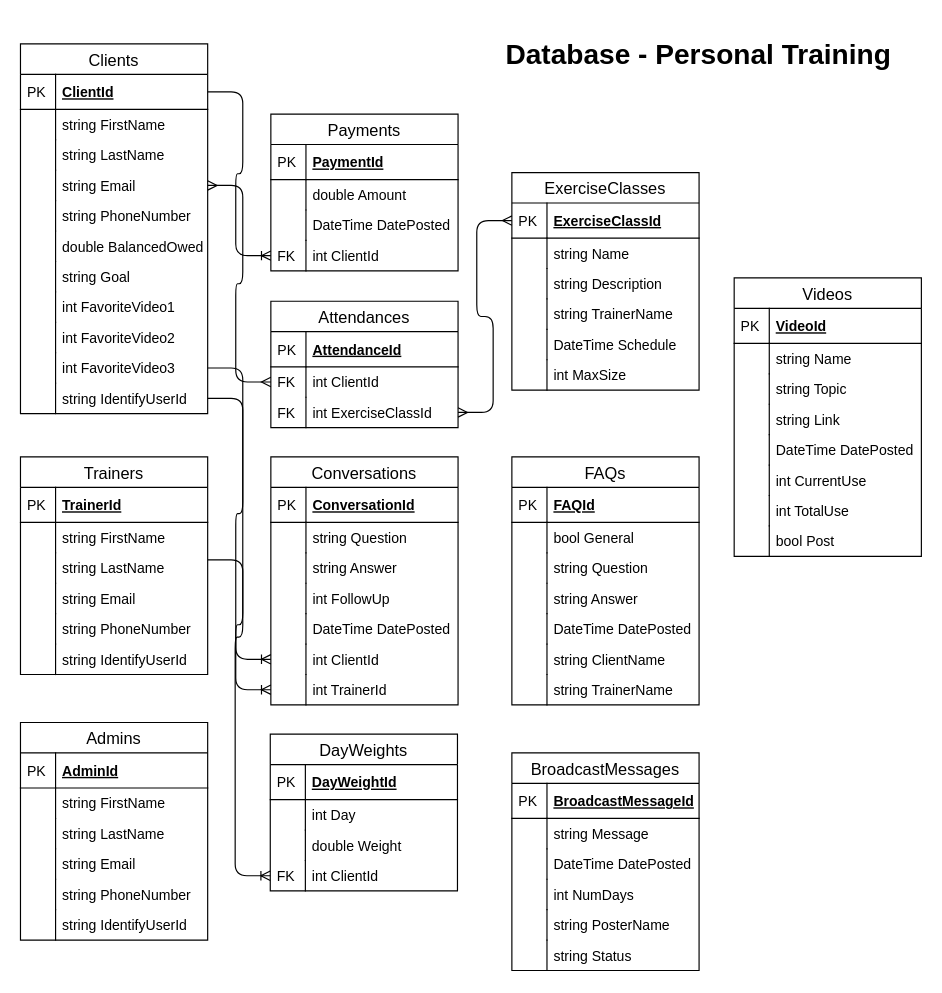
Before: page "Database" (2 of 2) of Documentation/EntityRelationshipDiagram.drawio in Randall-Gray/PersonalTraining, a draw.io diagram. Source tidied: cells renumbered, new cells numbered last; positions are measured from the earlier drawing's top-left corner, leaving out a move shared by most shapes. Both pictures are drawn from the tidied source at 117%, with x=0, y=0 at pixel (20, 32).
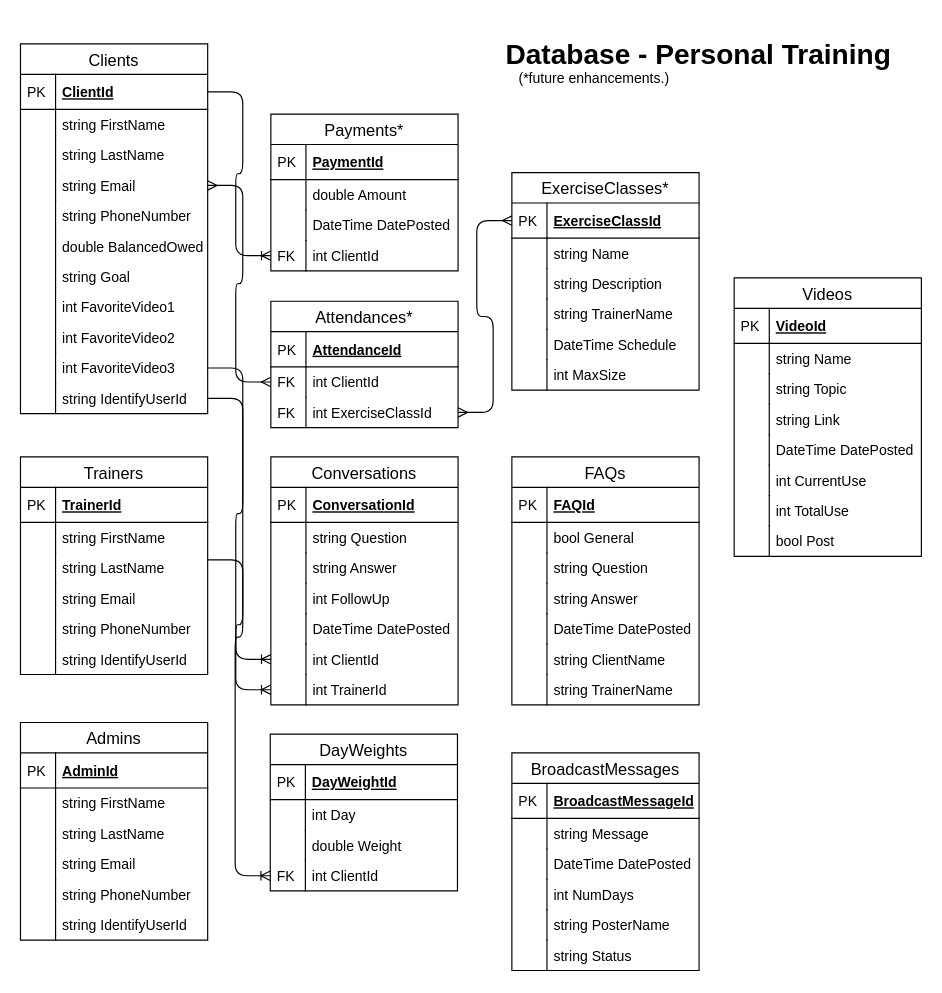
The same page after the edit.

What changed in the source:
```diff
@@
-    <mxCell id="3" value="Payments" style="swimlane;fontStyle=0;horizontal=1;startSize=26;align=center;fontSize=14;" parent="1" vertex="1">
+    <mxCell id="3" value="Payments*" style="swimlane;fontStyle=0;horizontal=1;startSize=26;align=center;fontSize=14;" parent="1" vertex="1">
       <mxGeometry x="214" y="70" width="160" height="134" as="geometry" />
     </mxCell>
@@
-    <mxCell id="12" value="Attendances" style="swimlane;fontStyle=0;horizontal=1;startSize=26;align=center;fontSize=14;" parent="1" vertex="1">
+    <mxCell id="12" value="Attendances*" style="swimlane;fontStyle=0;horizontal=1;startSize=26;align=center;fontSize=14;" parent="1" vertex="1">
       <mxGeometry x="214" y="230" width="160" height="108" as="geometry" />
     </mxCell>
@@
-    <mxCell id="51" value="ExerciseClasses" style="swimlane;fontStyle=0;horizontal=1;startSize=26;align=center;fontSize=14;" parent="1" vertex="1">
+    <mxCell id="51" value="ExerciseClasses*" style="swimlane;fontStyle=0;horizontal=1;startSize=26;align=center;fontSize=14;" parent="1" vertex="1">
       <mxGeometry x="420" y="120" width="160" height="186" as="geometry" />
     </mxCell>
@@
+    <mxCell id="156" value="(*future enhancements.)" style="text;html=1;align=center;verticalAlign=middle;" parent="1" vertex="1">
+      <mxGeometry x="420" y="30" width="140" height="20" as="geometry" />
+    </mxCell>
```
